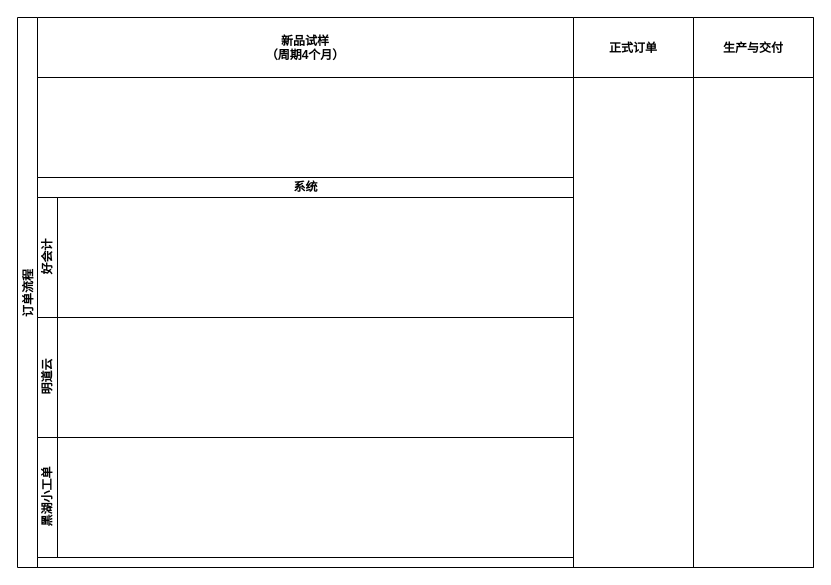
The draw.io diagram 春晖浅越数字化.drawio in timeswind/chunhui, before the edit. Source tidied: cells renumbered, new cells numbered last; positions are measured from the earlier drawing's top-left corner, leaving out a move shared by most shapes. Both pictures are drawn from the tidied source at 100%, with x=0, y=0 at pixel (17, 17).
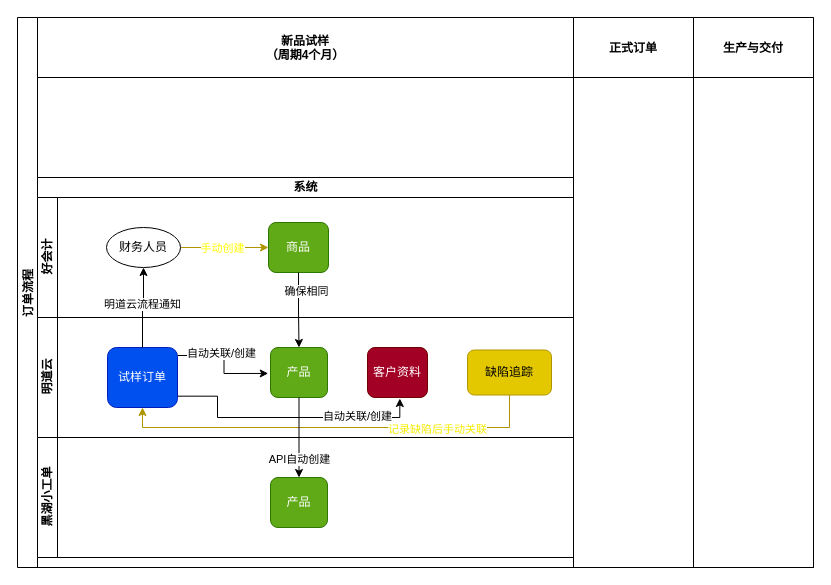
The same diagram, later.

Commit message (it also covers changes not shown here):
更新春晖浅越数字化.drawio

Unchanged cells that the change refers to:
```xml
<mxCell id="4" value="系统" style="swimlane;horizontal=1;startSize=20;html=1;" parent="3" vertex="1">
  <mxGeometry y="160" width="536" height="380" as="geometry" />
</mxCell>
<mxCell id="5" value="好会计" style="swimlane;startSize=20;horizontal=0;html=1;" parent="4" vertex="1">
  <mxGeometry y="20" width="536" height="120" as="geometry" />
</mxCell>
<mxCell id="6" value="明道云" style="swimlane;startSize=20;horizontal=0;html=1;" parent="4" vertex="1">
  <mxGeometry y="140" width="536" height="120" as="geometry" />
</mxCell>
<mxCell id="7" value="黑湖小工单" style="swimlane;startSize=20;horizontal=0;html=1;" parent="4" vertex="1">
  <mxGeometry y="260" width="536" height="120" as="geometry" />
</mxCell>
```

What changed in the source:
```diff
@@
+    <mxCell id="10" style="edgeStyle=orthogonalEdgeStyle;rounded=0;jettySize=auto;html=1;entryX=0;entryY=0.5;entryDx=0;entryDy=0;fillColor=#e3c800;strokeColor=#B09500;" parent="5" edge="1" source="12" target="13">
+      <mxGeometry relative="1" as="geometry" />
+    </mxCell>
+    <mxCell id="11" value="手动创建" style="edgeLabel;html=1;align=center;verticalAlign=middle;fontColor=#FFFF00;" parent="10" vertex="1">
+      <mxGeometry x="-0.06" relative="1" as="geometry" />
+    </mxCell>
+    <mxCell id="12" value="财务人员" style="ellipse;whiteSpace=wrap;html=1;" parent="5" vertex="1">
+      <mxGeometry x="69" y="30" width="74" height="40" as="geometry" />
+    </mxCell>
+    <mxCell id="13" value="商品" style="rounded=1;whiteSpace=wrap;html=1;fillColor=#60a917;fontColor=#ffffff;strokeColor=#2D7600;" parent="5" vertex="1">
+      <mxGeometry x="231" y="25" width="60" height="50" as="geometry" />
+    </mxCell>
@@
+    <mxCell id="14" style="edgeStyle=orthogonalEdgeStyle;rounded=0;jettySize=auto;html=1;entryX=-0.04;entryY=0.519;entryDx=0;entryDy=0;entryPerimeter=0;exitX=1.002;exitY=0.133;exitDx=0;exitDy=0;exitPerimeter=0;" parent="6" edge="1" source="18" target="19">
+      <mxGeometry relative="1" as="geometry" />
+    </mxCell>
+    <mxCell id="15" value="自动关联/创建" style="edgeLabel;html=1;align=center;verticalAlign=middle;" parent="14" vertex="1">
+      <mxGeometry x="-0.2" y="2" relative="1" as="geometry" />
+    </mxCell>
+    <mxCell id="16" style="edgeStyle=orthogonalEdgeStyle;rounded=0;jettySize=auto;html=1;entryX=0.539;entryY=1.02;entryDx=0;entryDy=0;entryPerimeter=0;exitX=0.995;exitY=0.811;exitDx=0;exitDy=0;exitPerimeter=0;" parent="6" edge="1" source="18" target="20">
+      <mxGeometry relative="1" as="geometry">
+        <Array as="points">
+          <mxPoint x="180" y="79" />
+          <mxPoint x="180" y="100" />
+          <mxPoint x="362" y="100" />
+        </Array>
+      </mxGeometry>
+    </mxCell>
+    <mxCell id="17" value="自动关联/创建" style="edgeLabel;html=1;align=center;verticalAlign=middle;" parent="16" vertex="1">
+      <mxGeometry x="0.53" y="2" relative="1" as="geometry" />
+    </mxCell>
+    <mxCell id="18" value="试样订单" style="rounded=1;whiteSpace=wrap;html=1;fillColor=#0050ef;fontColor=#ffffff;strokeColor=#001DBC;" parent="6" vertex="1">
+      <mxGeometry x="70" y="30" width="70" height="60" as="geometry" />
+    </mxCell>
+    <mxCell id="19" value="产品" style="rounded=1;whiteSpace=wrap;html=1;fillColor=#60a917;fontColor=#ffffff;strokeColor=#2D7600;" parent="6" vertex="1">
+      <mxGeometry x="233" y="30" width="57" height="50" as="geometry" />
+    </mxCell>
+    <mxCell id="20" value="客户资料" style="rounded=1;whiteSpace=wrap;html=1;fillColor=#a20025;fontColor=#ffffff;strokeColor=#6F0000;" parent="6" vertex="1">
+      <mxGeometry x="330" y="30" width="60" height="50" as="geometry" />
+    </mxCell>
+    <mxCell id="21" style="edgeStyle=orthogonalEdgeStyle;rounded=0;jettySize=auto;html=1;entryX=0.5;entryY=1;entryDx=0;entryDy=0;exitX=0.5;exitY=1;exitDx=0;exitDy=0;fillColor=#e3c800;strokeColor=#B09500;" parent="6" edge="1" source="23" target="18">
+      <mxGeometry relative="1" as="geometry" />
+    </mxCell>
+    <mxCell id="22" value="记录缺陷后手动关联" style="edgeLabel;html=1;align=center;verticalAlign=middle;fontColor=#f5ec00;" parent="21" vertex="1">
+      <mxGeometry x="-0.7" y="1" relative="1" as="geometry">
+        <mxPoint x="-42" as="offset" />
+      </mxGeometry>
+    </mxCell>
+    <mxCell id="23" value="缺陷追踪" style="rounded=1;whiteSpace=wrap;html=1;fillColor=#e3c800;fontColor=#000000;strokeColor=#B09500;" parent="6" vertex="1">
+      <mxGeometry x="430" y="32.5" width="84" height="45" as="geometry" />
+    </mxCell>
@@
+    <mxCell id="24" value="产品" style="rounded=1;whiteSpace=wrap;html=1;fillColor=#60a917;fontColor=#ffffff;strokeColor=#2D7600;" parent="7" vertex="1">
+      <mxGeometry x="233" y="40" width="57" height="50" as="geometry" />
+    </mxCell>
+    <mxCell id="25" style="edgeStyle=orthogonalEdgeStyle;rounded=0;jettySize=auto;html=1;entryX=0.5;entryY=1;entryDx=0;entryDy=0;" parent="4" edge="1" source="18" target="12">
+      <mxGeometry relative="1" as="geometry" />
+    </mxCell>
+    <mxCell id="26" value="明道云流程通知" style="edgeLabel;html=1;align=center;verticalAlign=middle;" parent="25" vertex="1">
+      <mxGeometry x="0.1" y="2" relative="1" as="geometry" />
+    </mxCell>
+    <mxCell id="27" value="确保相同" style="edgeStyle=orthogonalEdgeStyle;rounded=0;jettySize=auto;html=1;entryX=0.5;entryY=0;entryDx=0;entryDy=0;" parent="4" edge="1" source="13" target="19">
+      <mxGeometry x="-0.49" y="8" relative="1" as="geometry" />
+    </mxCell>
+    <mxCell id="28" style="edgeStyle=orthogonalEdgeStyle;rounded=0;jettySize=auto;html=1;entryX=0.5;entryY=0;entryDx=0;entryDy=0;" parent="4" edge="1" source="19" target="24">
+      <mxGeometry relative="1" as="geometry" />
+    </mxCell>
+    <mxCell id="29" value="API自动创建" style="edgeLabel;html=1;align=center;verticalAlign=middle;" parent="28" vertex="1">
+      <mxGeometry x="0.09" y="1" relative="1" as="geometry">
+        <mxPoint x="-1" y="17" as="offset" />
+      </mxGeometry>
+    </mxCell>
```
